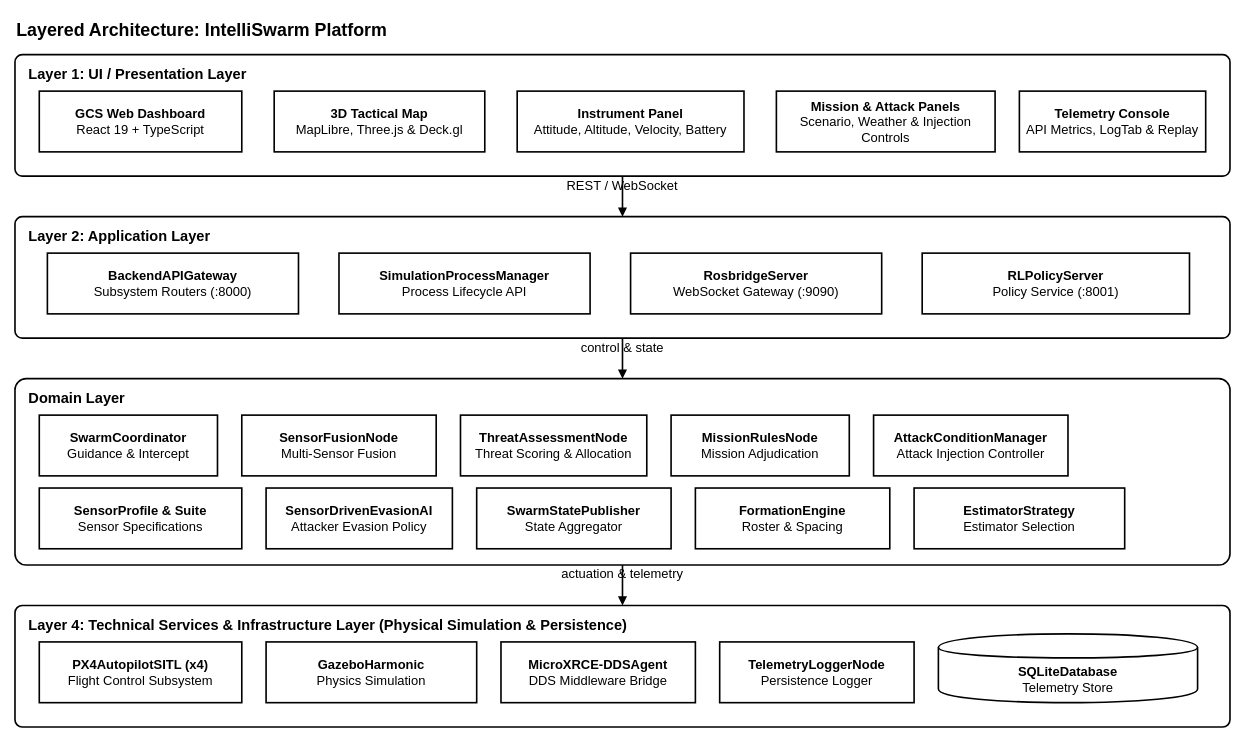
sjd-1214/diagrams keeps this draw.io diagram as 21_layer_diagram_aegis.drawio. Above is the earlier version. Source tidied: cells renumbered, new cells numbered last; positions are measured from the earlier drawing's top-left corner, leaving out a move shared by most shapes. Both pictures are drawn from the tidied source at 81%, with x=0, y=0 at pixel (15, 14).
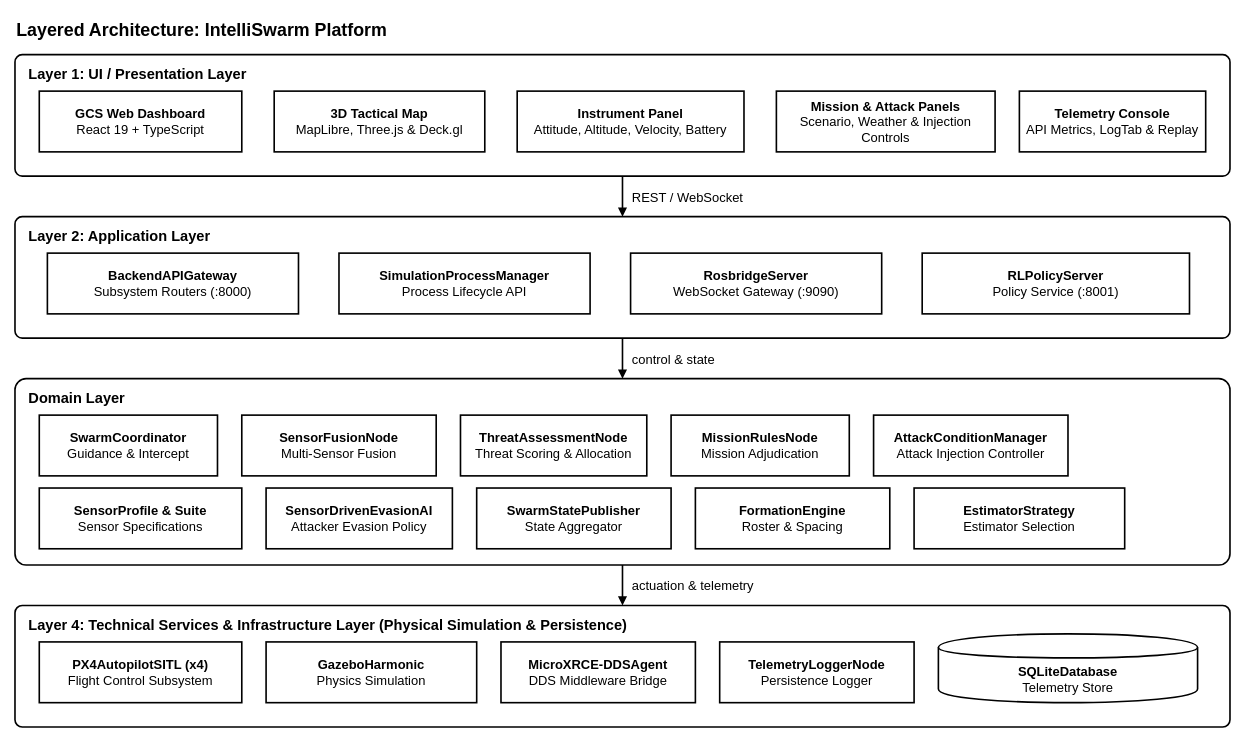
The same diagram, later.

The change refers to these unchanged cells:
```xml
<mxCell id="3" value="&lt;b&gt;Layer 1: UI / Presentation Layer&lt;/b&gt;" style="rounded=1;whiteSpace=wrap;html=1;arcSize=6;fillColor=none;strokeColor=#000000;align=left;spacingLeft=15;verticalAlign=top;spacingTop=8;fontFamily=Helvetica;fontColor=#000000;fontSize=18;strokeWidth=2;" parent="1" vertex="1">
  <mxGeometry y="50" width="1500" height="150" as="geometry" />
</mxCell>
<mxCell id="9" value="&lt;b&gt;Layer 2: Application Layer&lt;/b&gt;" style="rounded=1;whiteSpace=wrap;html=1;arcSize=6;fillColor=none;strokeColor=#000000;align=left;spacingLeft=15;verticalAlign=top;spacingTop=8;fontFamily=Helvetica;fontColor=#000000;fontSize=18;strokeWidth=2;" parent="1" vertex="1">
  <mxGeometry y="250" width="1500" height="150" as="geometry" />
</mxCell>
<mxCell id="14" value="&lt;b&gt;Domain Layer&lt;/b&gt;" style="rounded=1;whiteSpace=wrap;html=1;arcSize=6;fillColor=none;strokeColor=#000000;align=left;spacingLeft=15;verticalAlign=top;spacingTop=8;fontFamily=Helvetica;fontColor=#000000;fontSize=18;strokeWidth=2;" parent="1" vertex="1">
  <mxGeometry y="450" width="1500" height="230" as="geometry" />
</mxCell>
<mxCell id="25" value="&lt;b&gt;Layer 4: Technical Services &amp; Infrastructure Layer (Physical Simulation &amp; Persistence)&lt;/b&gt;" style="rounded=1;whiteSpace=wrap;html=1;arcSize=6;fillColor=none;strokeColor=#000000;align=left;spacingLeft=15;verticalAlign=top;spacingTop=8;fontFamily=Helvetica;fontColor=#000000;fontSize=18;strokeWidth=2;" parent="1" vertex="1">
  <mxGeometry y="730" width="1500" height="150" as="geometry" />
</mxCell>
```

Change to the diagram source:
```diff
@@
-    <mxCell id="31" value="REST / WebSocket" style="endArrow=block;strokeColor=#000000;fontFamily=Helvetica;fontColor=#000000;exitX=0.5;exitY=1;entryX=0.5;entryY=0;labelBackgroundColor=none;verticalAlign=bottom;spacingBottom=3;fontSize=16;strokeWidth=2;" parent="1" edge="1" source="3" target="9">
+    <mxCell id="31" value="REST / WebSocket" style="endArrow=block;strokeColor=#000000;fontFamily=Helvetica;fontColor=#000000;exitX=0.5;exitY=1;entryX=0.5;entryY=0;labelBackgroundColor=none;verticalAlign=middle;fontSize=16;strokeWidth=2;align=left;labelPosition=right;spacingLeft=10;" parent="1" edge="1" source="3" target="9">
       <mxGeometry relative="1" as="geometry" />
     </mxCell>
-    <mxCell id="32" value="control &amp; state" style="endArrow=block;strokeColor=#000000;fontFamily=Helvetica;fontColor=#000000;exitX=0.5;exitY=1;entryX=0.5;entryY=0;labelBackgroundColor=none;verticalAlign=bottom;spacingBottom=3;fontSize=16;strokeWidth=2;" parent="1" edge="1" source="9" target="14">
+    <mxCell id="32" value="control &amp; state" style="endArrow=block;strokeColor=#000000;fontFamily=Helvetica;fontColor=#000000;exitX=0.5;exitY=1;entryX=0.5;entryY=0;labelBackgroundColor=none;verticalAlign=middle;fontSize=16;strokeWidth=2;align=left;labelPosition=right;spacingLeft=10;" parent="1" edge="1" source="9" target="14">
       <mxGeometry relative="1" as="geometry" />
     </mxCell>
-    <mxCell id="33" value="actuation &amp; telemetry" style="endArrow=block;strokeColor=#000000;fontFamily=Helvetica;fontColor=#000000;exitX=0.5;exitY=1;entryX=0.5;entryY=0;labelBackgroundColor=none;verticalAlign=bottom;spacingBottom=3;fontSize=16;strokeWidth=2;" parent="1" edge="1" source="14" target="25">
+    <mxCell id="33" value="actuation &amp; telemetry" style="endArrow=block;strokeColor=#000000;fontFamily=Helvetica;fontColor=#000000;exitX=0.5;exitY=1;entryX=0.5;entryY=0;labelBackgroundColor=none;verticalAlign=middle;fontSize=16;strokeWidth=2;align=left;labelPosition=right;spacingLeft=10;" parent="1" edge="1" source="14" target="25">
       <mxGeometry relative="1" as="geometry" />
     </mxCell>
```
